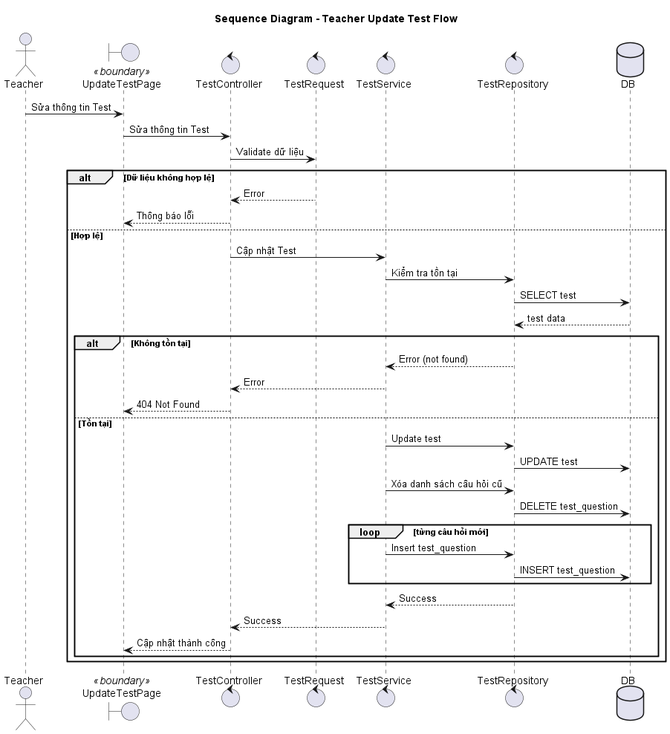
Before: out/sequence/sửa test/update_test_sequence.png, a diagram exported from PlantUML (Faythpromax/E-Learning).
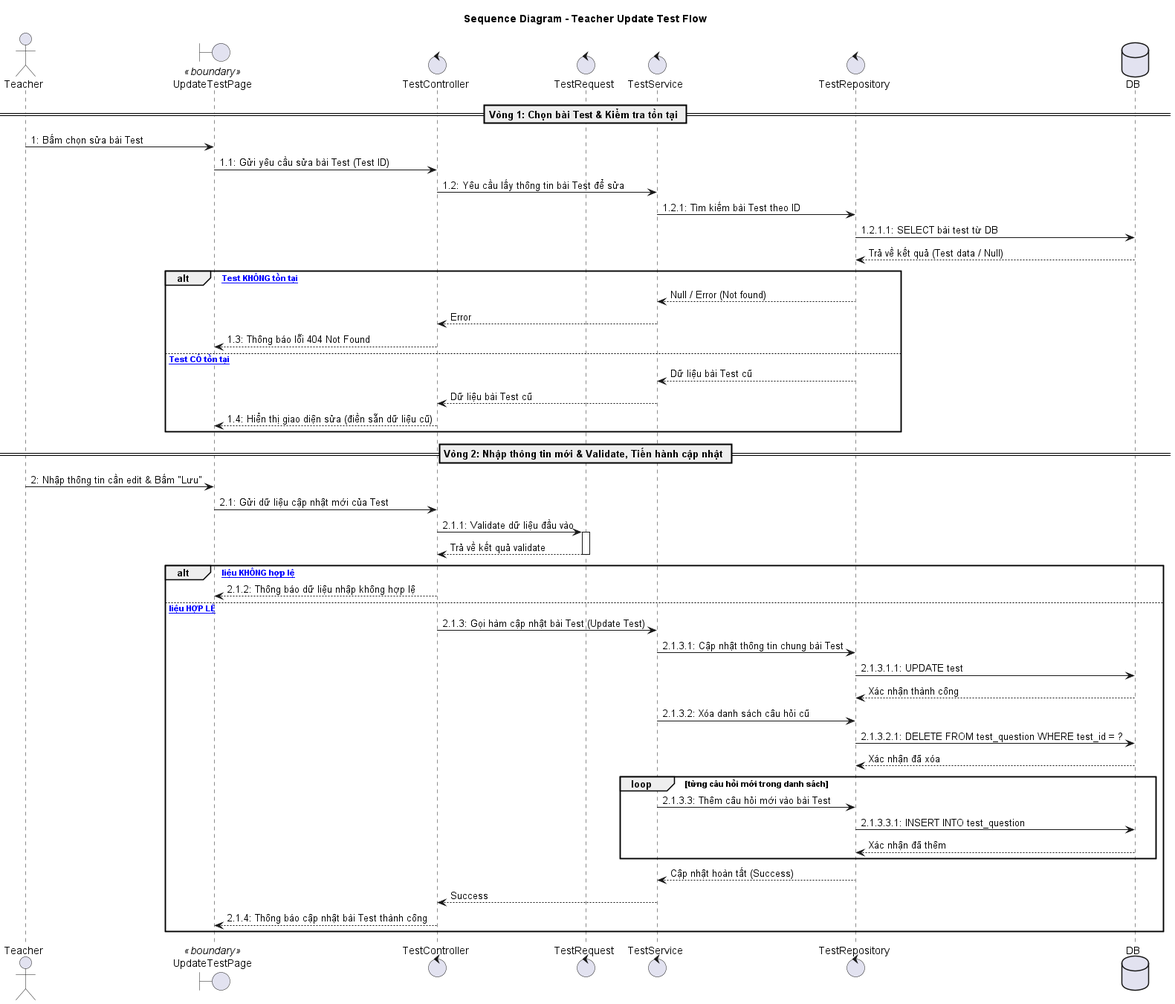
After the commit.

Diff of the diagram source:
```diff
@@ -9,41 +9,58 @@
 control TestRepository
 database DB
 
-Teacher -> UI: Sửa thông tin Test
-UI -> TestController: Sửa thông tin Test
+== Vòng 1: Chọn bài Test & Kiểm tra tồn tại ==
 
-TestController -> TestRequest: Validate dữ liệu
+Teacher -> UI: 1: Bấm chọn sửa bài Test
+UI -> TestController: 1.1: Gửi yêu cầu sửa bài Test (Test ID)
 
-alt Dữ liệu không hợp lệ
-    TestRequest --> TestController: Error
-    TestController --> UI: Thông báo lỗi
-else Hợp lệ
-    TestController -> TestService: Cập nhật Test
+TestController -> TestService: 1.2: Yêu cầu lấy thông tin bài Test để sửa
+TestService -> TestRepository: 1.2.1: Tìm kiếm bài Test theo ID
+TestRepository -> DB: 1.2.1.1: SELECT bài test từ DB
+DB --> TestRepository: Trả về kết quả (Test data / Null)
 
-    TestService -> TestRepository: Kiểm tra tồn tại
-    TestRepository -> DB: SELECT test
-    DB --> TestRepository: test data
+alt [Bài Test KHÔNG tồn tại]
+    TestRepository --> TestService: Null / Error (Not found)
+    TestService --> TestController: Error
+    TestController --> UI: 1.3: Thông báo lỗi 404 Not Found
+else [Bài Test CÓ tồn tại]
+    TestRepository --> TestService: Dữ liệu bài Test cũ
+    TestService --> TestController: Dữ liệu bài Test cũ
+    TestController --> UI: 1.4: Hiển thị giao diện sửa (điền sẵn dữ liệu cũ)
+end
 
-    alt Không tồn tại
-        TestRepository --> TestService: Error (not found)
-        TestService --> TestController: Error
-        TestController --> UI: 404 Not Found
-    else Tồn tại
-        TestService -> TestRepository: Update test
-        TestRepository -> DB: UPDATE test
+== Vòng 2: Nhập thông tin mới & Validate, Tiến hành cập nhật ==
 
-        TestService -> TestRepository: Xóa danh sách câu hỏi cũ
-        TestRepository -> DB: DELETE test_question
+Teacher -> UI: 2: Nhập thông tin cần edit & Bấm "Lưu"
+UI -> TestController: 2.1: Gửi dữ liệu cập nhật mới của Test
 
-        loop từng câu hỏi mới
-            TestService -> TestRepository: Insert test_question
-            TestRepository -> DB: INSERT test_question
-        end
+TestController -> TestRequest: 2.1.1: Validate dữ liệu đầu vào
+activate TestRequest
+TestRequest --> TestController: Trả về kết quả validate
+deactivate TestRequest
 
-        TestRepository --> TestService: Success
-        TestService --> TestController: Success
-        TestController --> UI: Cập nhật thành công
+alt [Dữ liệu KHÔNG hợp lệ]
+    TestController --> UI: 2.1.2: Thông báo dữ liệu nhập không hợp lệ
+else [Dữ liệu HỢP LỆ]
+    TestController -> TestService: 2.1.3: Gọi hàm cập nhật bài Test (Update Test)
+
+    TestService -> TestRepository: 2.1.3.1: Cập nhật thông tin chung bài Test
+    TestRepository -> DB: 2.1.3.1.1: UPDATE test
+    DB --> TestRepository: Xác nhận thành công
+
+    TestService -> TestRepository: 2.1.3.2: Xóa danh sách câu hỏi cũ
+    TestRepository -> DB: 2.1.3.2.1: DELETE FROM test_question WHERE test_id = ?
+    DB --> TestRepository: Xác nhận đã xóa
+
+    loop từng câu hỏi mới trong danh sách
+        TestService -> TestRepository: 2.1.3.3: Thêm câu hỏi mới vào bài Test
+        TestRepository -> DB: 2.1.3.3.1: INSERT INTO test_question
+        DB --> TestRepository: Xác nhận đã thêm
     end
+
+    TestRepository --> TestService: Cập nhật hoàn tất (Success)
+    TestService --> TestController: Success
+    TestController --> UI: 2.1.4: Thông báo cập nhật bài Test thành công
 end
 
 @enduml
```
